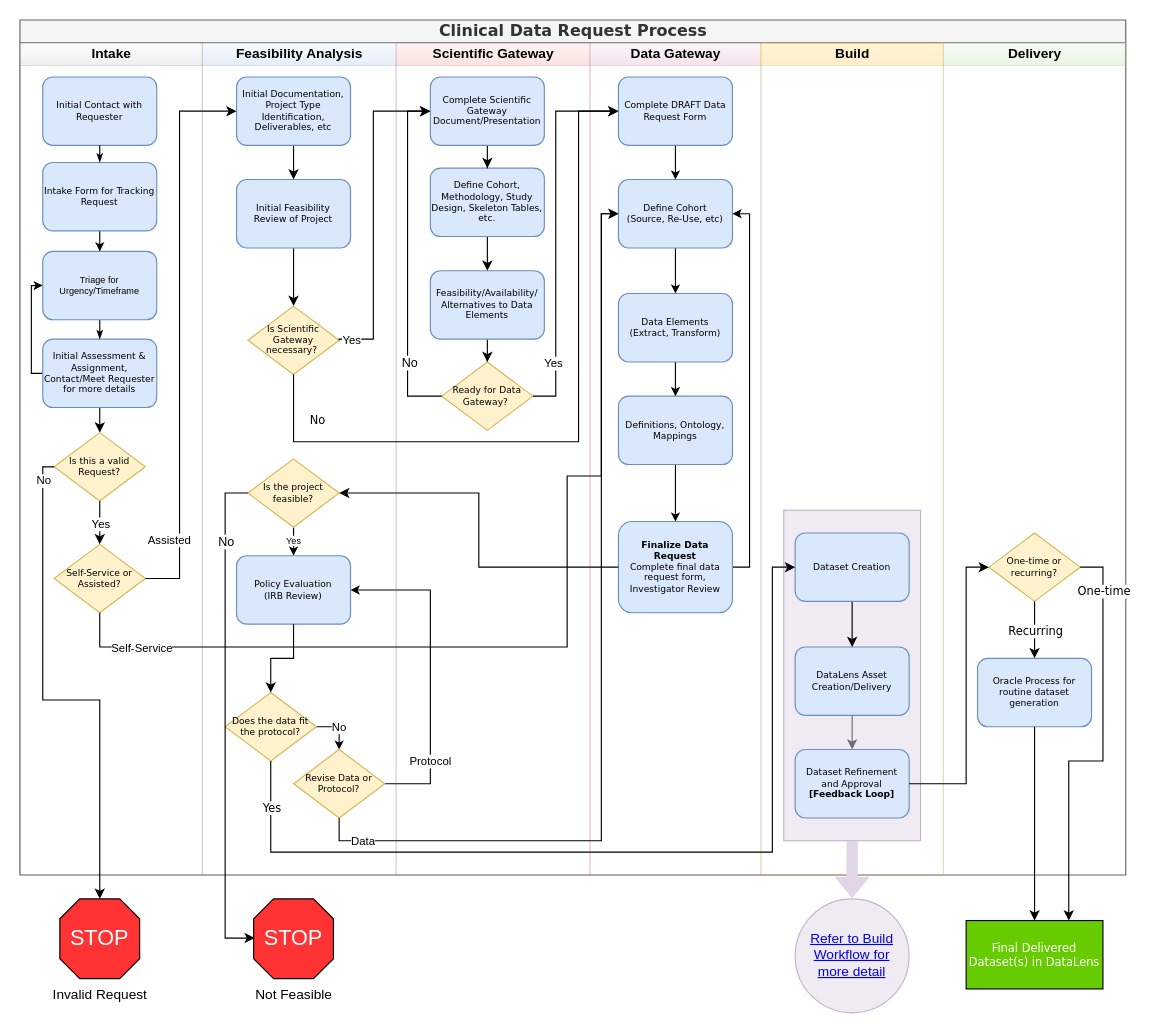
Earlier version of the draw.io diagram page "Overall Workflow" (1 of 7) of Clinical Data Request Review w Greer and Willig.drawio (ntimkovich/UAB-II-Diagrams). Source tidied: cells renumbered, new cells numbered last; positions are measured from the earlier drawing's top-left corner, leaving out a move shared by most shapes. Both pictures are drawn from the tidied source at 114%, with x=0, y=0 at pixel (19, 19).
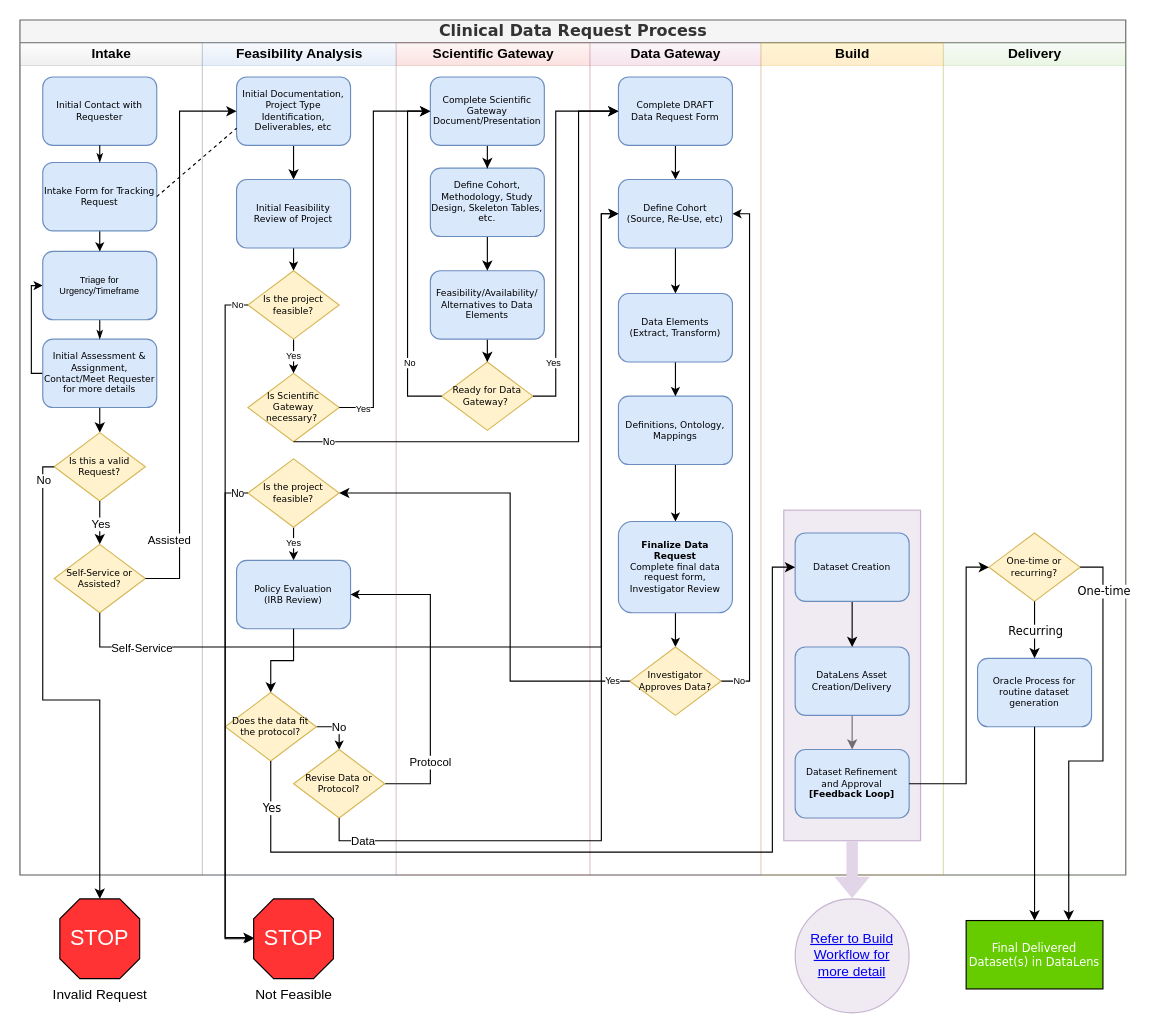
The same page after the edit.

Unchanged cells that the change refers to:
```xml
<mxCell id="2" value="Clinical Data Request Process" style="swimlane;html=1;startSize=20;rounded=0;shadow=0;labelBackgroundColor=none;strokeWidth=1;fontFamily=Verdana;fontSize=14;align=center;fillColor=#f5f5f5;fontColor=#333333;strokeColor=#666666;" parent="1" vertex="1">
  <mxGeometry width="970" height="750" as="geometry" />
</mxCell>
<mxCell id="6" value="Intake Form for Tracking Request" style="rounded=1;whiteSpace=wrap;html=1;shadow=0;labelBackgroundColor=none;strokeWidth=1;fontFamily=Verdana;fontSize=8;align=center;fillColor=#dae8fc;strokeColor=#6c8ebf;" parent="3" vertex="1">
  <mxGeometry x="20" y="105" width="100" height="60" as="geometry" />
</mxCell>
<mxCell id="13" value="Self-Service or Assisted?" style="rhombus;whiteSpace=wrap;html=1;rounded=0;shadow=0;labelBackgroundColor=none;strokeWidth=1;fontFamily=Verdana;fontSize=8;align=center;fillColor=#fff2cc;strokeColor=#d6b656;" parent="3" vertex="1">
  <mxGeometry x="30" y="440" width="80" height="60" as="geometry" />
</mxCell>
<mxCell id="17" value="Feasibility Analysis" style="swimlane;html=1;startSize=20;strokeColor=#6c8ebf;fillColor=#dae8fc;gradientColor=#7ea6e0;opacity=20;" parent="2" vertex="1">
  <mxGeometry x="160" y="20" width="170" height="730" as="geometry" />
</mxCell>
<mxCell id="19" value="Initial Documentation, Project Type Identification, Deliverables, etc" style="rounded=1;whiteSpace=wrap;html=1;shadow=0;labelBackgroundColor=none;strokeWidth=1;fontFamily=Verdana;fontSize=8;align=center;fillColor=#dae8fc;strokeColor=#6c8ebf;" parent="17" vertex="1">
  <mxGeometry x="30" y="30" width="100" height="60" as="geometry" />
</mxCell>
<mxCell id="21" value="Initial Feasibility &lt;br&gt;Review of Project" style="rounded=1;whiteSpace=wrap;html=1;shadow=0;labelBackgroundColor=none;strokeWidth=1;fontFamily=Verdana;fontSize=8;align=center;fillColor=#dae8fc;strokeColor=#6c8ebf;" parent="17" vertex="1">
  <mxGeometry x="30" y="120" width="100" height="60" as="geometry" />
</mxCell>
<mxCell id="24" value="Is the project feasible?" style="rhombus;whiteSpace=wrap;html=1;rounded=0;shadow=0;labelBackgroundColor=none;strokeWidth=1;fontFamily=Verdana;fontSize=8;align=center;fillColor=#fff2cc;strokeColor=#d6b656;" parent="17" vertex="1">
  <mxGeometry x="40" y="365" width="80" height="60" as="geometry" />
</mxCell>
<mxCell id="30" value="Revise Data or Protocol?" style="rhombus;whiteSpace=wrap;html=1;rounded=0;shadow=0;labelBackgroundColor=none;strokeWidth=1;fontFamily=Verdana;fontSize=8;align=center;fillColor=#fff2cc;strokeColor=#d6b656;" parent="17" vertex="1">
  <mxGeometry x="80" y="620" width="80" height="60" as="geometry" />
</mxCell>
<mxCell id="37" value="&lt;p style=&quot;margin-top: 0pt; margin-bottom: 0pt; margin-left: 0in; direction: ltr; unicode-bidi: embed; word-break: normal;&quot;&gt;Complete Scientific Gateway Document/Presentation&lt;/p&gt;" style="rounded=1;whiteSpace=wrap;html=1;shadow=0;labelBackgroundColor=none;strokeWidth=1;fontFamily=Verdana;fontSize=8;align=center;fillColor=#dae8fc;strokeColor=#6c8ebf;" parent="31" vertex="1">
  <mxGeometry x="30" y="30" width="100" height="60" as="geometry" />
</mxCell>
<mxCell id="39" style="edgeStyle=orthogonalEdgeStyle;rounded=0;jettySize=auto;html=1;entryX=0;entryY=0.5;entryDx=0;entryDy=0;exitX=0;exitY=0.5;exitDx=0;exitDy=0;" parent="31" edge="1" source="38" target="37">
  <mxGeometry relative="1" as="geometry" />
</mxCell>
<mxCell id="41" value="Data Gateway" style="swimlane;html=1;startSize=20;strokeColor=#996185;fillColor=#e6d0de;gradientColor=#d5739d;opacity=20;" parent="2" vertex="1">
  <mxGeometry x="500" y="20" width="150" height="730" as="geometry" />
</mxCell>
<mxCell id="45" value="&lt;b&gt;Finalize Data Request&lt;br&gt;&lt;/b&gt;Complete final data request form, Investigator Review" style="rounded=1;whiteSpace=wrap;html=1;shadow=0;labelBackgroundColor=none;strokeWidth=1;fontFamily=Verdana;fontSize=8;align=center;fillColor=#dae8fc;strokeColor=#6c8ebf;" parent="41" vertex="1">
  <mxGeometry x="25" y="420" width="100" height="80" as="geometry" />
</mxCell>
<mxCell id="51" value="Define Cohort&lt;br&gt;(Source, Re-Use, etc)" style="rounded=1;whiteSpace=wrap;html=1;shadow=0;labelBackgroundColor=none;strokeWidth=1;fontFamily=Verdana;fontSize=8;align=center;fillColor=#dae8fc;strokeColor=#6c8ebf;" parent="41" vertex="1">
  <mxGeometry x="25" y="120" width="100" height="60" as="geometry" />
</mxCell>
<mxCell id="73" style="edgeStyle=orthogonalEdgeStyle;rounded=0;jettySize=auto;html=1;entryX=0;entryY=0.5;entryDx=0;entryDy=0;" parent="2" edge="1" source="38" target="49">
  <mxGeometry relative="1" as="geometry">
    <Array as="points">
      <mxPoint x="470" y="330" />
      <mxPoint x="470" y="80" />
    </Array>
  </mxGeometry>
</mxCell>
<mxCell id="75" style="endArrow=classic;html=1;rounded=0;fontFamily=Verdana;fontSize=8;exitX=0.5;exitY=1;exitDx=0;exitDy=0;entryX=0;entryY=0.5;entryDx=0;entryDy=0;edgeStyle=orthogonalEdgeStyle;" parent="2" edge="1" source="22" target="49">
  <mxGeometry relative="1" as="geometry">
    <Array as="points">
      <mxPoint x="240" y="370" />
      <mxPoint x="490" y="370" />
      <mxPoint x="490" y="80" />
    </Array>
  </mxGeometry>
</mxCell>
<mxCell id="91" value="Not Feasible" style="verticalLabelPosition=bottom;verticalAlign=top;html=1;shape=mxgraph.basic.polygon;polyCoords=[[0.25,0],[0.75,0],[1,0.25],[1,0.75],[0.75,1],[0.25,1],[0,0.75],[0,0.25]];polyline=0;fillColor=#FF3333;" parent="90" vertex="1">
  <mxGeometry width="70" height="70" as="geometry" />
</mxCell>
```

Diff of the diagram source:
```diff
@@
-    <mxCell id="20" style="edgeStyle=orthogonalEdgeStyle;rounded=0;jettySize=auto;html=1;entryX=0.5;entryY=0;entryDx=0;entryDy=0;" parent="17" edge="1" source="21" target="22">
-      <mxGeometry relative="1" as="geometry" />
-    </mxCell>
+    <mxCell id="97" style="edgeStyle=none;rounded=0;jumpSize=5;jettySize=auto;html=1;fontSize=10;endArrow=classic;endFill=1;startSize=5;endSize=5;strokeWidth=1;" parent="17" edge="1" source="21" target="99">
+      <mxGeometry relative="1" as="geometry" />
+    </mxCell>
@@
     <mxCell id="22" value="Is Scientific Gateway necessary?&amp;nbsp;" style="rhombus;whiteSpace=wrap;html=1;rounded=0;shadow=0;labelBackgroundColor=none;strokeWidth=1;fontFamily=Verdana;fontSize=8;align=center;fillColor=#fff2cc;strokeColor=#d6b656;" parent="17" vertex="1">
-      <mxGeometry x="40" y="231" width="80" height="60" as="geometry" />
+      <mxGeometry x="40" y="290" width="80" height="60" as="geometry" />
     </mxCell>
@@
     <mxCell id="27" value="Policy Evaluation &lt;br&gt;(IRB Review)" style="rounded=1;whiteSpace=wrap;html=1;shadow=0;labelBackgroundColor=none;strokeWidth=1;fontFamily=Verdana;fontSize=8;align=center;fillColor=#dae8fc;strokeColor=#6c8ebf;" parent="17" vertex="1">
-      <mxGeometry x="30" y="450" width="100" height="60" as="geometry" />
+      <mxGeometry x="30" y="454" width="100" height="60" as="geometry" />
     </mxCell>
@@
     <mxCell id="29" value="Protocol" style="edgeStyle=orthogonalEdgeStyle;rounded=0;jumpSize=5;jettySize=auto;html=1;exitX=1;exitY=0.5;exitDx=0;exitDy=0;entryX=1;entryY=0.5;entryDx=0;entryDy=0;fontSize=10;startSize=5;endSize=5;strokeWidth=1;" parent="17" edge="1" source="30" target="27">
       <mxGeometry x="-0.57" relative="1" as="geometry">
         <Array as="points">
           <mxPoint x="200" y="650" />
-          <mxPoint x="200" y="480" />
+          <mxPoint x="200" y="484" />
         </Array>
       </mxGeometry>
     </mxCell>
@@
+    <mxCell id="98" value="Yes" style="edgeStyle=none;rounded=0;jumpSize=5;jettySize=auto;html=1;exitX=0.5;exitY=1;exitDx=0;exitDy=0;entryX=0.5;entryY=0;entryDx=0;entryDy=0;fontSize=8;endArrow=classic;endFill=1;startSize=5;endSize=5;strokeWidth=1;" parent="17" edge="1" source="99" target="22">
+      <mxGeometry relative="1" as="geometry" />
+    </mxCell>
+    <mxCell id="99" value="Is the project feasible?" style="rhombus;whiteSpace=wrap;html=1;rounded=0;shadow=0;labelBackgroundColor=none;strokeWidth=1;fontFamily=Verdana;fontSize=8;align=center;fillColor=#fff2cc;strokeColor=#d6b656;" parent="17" vertex="1">
+      <mxGeometry x="40" y="200" width="80" height="60" as="geometry" />
+    </mxCell>
@@
-    <mxCell id="40" value="No" style="edgeLabel;html=1;align=center;verticalAlign=middle;" parent="39" vertex="1">
+    <mxCell id="40" value="No" style="edgeLabel;html=1;align=center;verticalAlign=middle;fontSize=8;" parent="39" vertex="1">
       <mxGeometry x="-0.46" y="-1" relative="1" as="geometry">
         <mxPoint y="21" as="offset" />
       </mxGeometry>
     </mxCell>
@@
-    <mxCell id="44" style="edgeStyle=orthogonalEdgeStyle;rounded=0;jumpSize=5;jettySize=auto;html=1;exitX=1;exitY=0.5;exitDx=0;exitDy=0;entryX=1;entryY=0.5;entryDx=0;entryDy=0;fontSize=8;startSize=5;endSize=5;strokeWidth=1;" parent="41" edge="1" source="45" target="51">
-      <mxGeometry relative="1" as="geometry">
+    <mxCell id="44" value="No" style="edgeStyle=orthogonalEdgeStyle;rounded=0;jumpSize=5;jettySize=auto;html=1;exitX=1;exitY=0.5;exitDx=0;exitDy=0;entryX=1;entryY=0.5;entryDx=0;entryDy=0;fontSize=8;startSize=5;endSize=5;strokeWidth=1;" parent="41" edge="1" source="101" target="51">
+      <mxGeometry x="-0.93" relative="1" as="geometry">
         <Array as="points">
-          <mxPoint x="140" y="460" />
+          <mxPoint x="140" y="560" />
           <mxPoint x="140" y="150" />
         </Array>
       </mxGeometry>
     </mxCell>
+    <mxCell id="100" style="edgeStyle=orthogonalEdgeStyle;rounded=0;jumpSize=5;jettySize=auto;html=1;fontSize=10;startSize=5;endSize=5;strokeWidth=1;" parent="41" edge="1" source="45" target="101">
+      <mxGeometry relative="1" as="geometry" />
+    </mxCell>
@@
-    <mxCell id="49" value="Complete DRAFT Data &lt;br&gt;Request Form" style="rounded=1;whiteSpace=wrap;html=1;shadow=0;labelBackgroundColor=none;strokeWidth=1;fontFamily=Verdana;fontSize=8;align=center;fillColor=#dae8fc;strokeColor=#6c8ebf;" parent="41" vertex="1">
+    <mxCell id="49" value="Complete DRAFT &lt;br&gt;Data Request Form" style="rounded=1;whiteSpace=wrap;html=1;shadow=0;labelBackgroundColor=none;strokeWidth=1;fontFamily=Verdana;fontSize=8;align=center;fillColor=#dae8fc;strokeColor=#6c8ebf;" parent="41" vertex="1">
       <mxGeometry x="25" y="30" width="100" height="60" as="geometry" />
     </mxCell>
@@
+    <mxCell id="101" value="Investigator Approves Data?" style="rhombus;whiteSpace=wrap;html=1;rounded=0;shadow=0;labelBackgroundColor=none;strokeWidth=1;fontFamily=Verdana;fontSize=8;align=center;fillColor=#fff2cc;strokeColor=#d6b656;" parent="41" vertex="1">
+      <mxGeometry x="35" y="530" width="80" height="60" as="geometry" />
+    </mxCell>
@@
     <mxCell id="64" style="endArrow=classic;html=1;rounded=0;exitX=1;exitY=0.5;exitDx=0;exitDy=0;entryX=0;entryY=0.5;entryDx=0;entryDy=0;edgeStyle=orthogonalEdgeStyle;" parent="2" edge="1" source="22" target="37">
       <mxGeometry relative="1" as="geometry">
         <Array as="points">
-          <mxPoint x="280" y="280" />
-          <mxPoint x="310" y="280" />
+          <mxPoint x="310" y="340" />
           <mxPoint x="310" y="80" />
         </Array>
       </mxGeometry>
     </mxCell>
-    <mxCell id="65" value="Yes" style="edgeLabel;html=1;align=center;verticalAlign=middle;fontSize=10;" parent="64" vertex="1">
+    <mxCell id="65" value="Yes" style="edgeLabel;html=1;align=center;verticalAlign=middle;fontSize=8;" parent="64" vertex="1">
       <mxGeometry relative="1" as="geometry">
-        <mxPoint x="-20" y="110" as="offset" />
+        <mxPoint x="-10" y="140" as="offset" />
       </mxGeometry>
     </mxCell>
@@
     <mxCell id="71" style="endArrow=classic;html=1;rounded=0;exitX=0.5;exitY=1;exitDx=0;exitDy=0;entryX=0;entryY=0.5;entryDx=0;entryDy=0;edgeStyle=orthogonalEdgeStyle;" parent="2" edge="1" source="13" target="51">
       <mxGeometry relative="1" as="geometry">
         <Array as="points">
           <mxPoint x="70" y="550" />
-          <mxPoint x="480" y="550" />
-          <mxPoint x="480" y="400" />
-          <mxPoint x="510" y="400" />
+          <mxPoint x="510" y="550" />
           <mxPoint x="510" y="170" />
         </Array>
       </mxGeometry>
     </mxCell>
@@
-    <mxCell id="74" value="Yes" style="edgeLabel;html=1;align=center;verticalAlign=middle;fontSize=10;" parent="73" vertex="1">
+    <mxCell id="74" value="Yes" style="edgeLabel;html=1;align=center;verticalAlign=middle;fontSize=8;" parent="73" vertex="1">
       <mxGeometry x="-0.02" y="2" relative="1" as="geometry">
         <mxPoint x="-1" y="109" as="offset" />
       </mxGeometry>
     </mxCell>
@@
-    <mxCell id="76" value="No" style="edgeLabel;html=1;align=center;verticalAlign=middle;fontFamily=Verdana;fontSize=10;" parent="75" vertex="1">
+    <mxCell id="76" value="No" style="edgeLabel;html=1;align=center;verticalAlign=middle;fontFamily=Verdana;fontSize=8;" parent="75" vertex="1">
       <mxGeometry relative="1" as="geometry">
-        <mxPoint x="-230" y="-12" as="offset" />
+        <mxPoint x="-220" y="37" as="offset" />
       </mxGeometry>
     </mxCell>
-    <mxCell id="77" style="endArrow=classic;html=1;rounded=0;fontFamily=Verdana;fontSize=8;exitX=0;exitY=0.5;exitDx=0;exitDy=0;edgeStyle=orthogonalEdgeStyle;" parent="2" edge="1" source="45" target="24">
-      <mxGeometry relative="1" as="geometry" />
+    <mxCell id="77" value="Yes" style="endArrow=classic;html=1;rounded=0;fontFamily=Verdana;fontSize=8;exitX=0;exitY=0.5;exitDx=0;exitDy=0;edgeStyle=orthogonalEdgeStyle;" parent="2" edge="1" source="101" target="24">
+      <mxGeometry x="-0.93" relative="1" as="geometry">
+        <Array as="points">
+          <mxPoint x="430" y="580" />
+          <mxPoint x="430" y="415" />
+        </Array>
+      </mxGeometry>
     </mxCell>
@@
+    <mxCell id="102" style="rounded=0;jumpSize=5;jettySize=auto;html=1;exitX=1;exitY=0.5;exitDx=0;exitDy=0;entryX=0;entryY=0.75;entryDx=0;entryDy=0;fontSize=10;startSize=5;endSize=5;strokeWidth=1;dashed=1;endArrow=none;endFill=0;" parent="2" edge="1" source="6" target="19">
+      <mxGeometry relative="1" as="geometry" />
+    </mxCell>
@@
-    <mxCell id="85" style="endArrow=classic;html=1;rounded=0;exitX=0;exitY=0.5;exitDx=0;exitDy=0;edgeStyle=orthogonalEdgeStyle;entryX=0.014;entryY=0.491;entryDx=0;entryDy=0;entryPerimeter=0;" parent="1" edge="1" source="24" target="91">
+    <mxCell id="85" style="endArrow=classic;html=1;rounded=0;exitX=0;exitY=0.5;exitDx=0;exitDy=0;edgeStyle=orthogonalEdgeStyle;" parent="1" edge="1" source="24" target="91">
       <mxGeometry relative="1" as="geometry">
         <Array as="points">
           <mxPoint x="180" y="415" />
           <mxPoint x="180" y="805" />
         </Array>
       </mxGeometry>
     </mxCell>
-    <mxCell id="86" value="No" style="edgeLabel;html=1;align=center;verticalAlign=middle;" parent="85" vertex="1">
+    <mxCell id="86" value="No" style="edgeLabel;html=1;align=center;verticalAlign=middle;fontSize=9;" parent="85" vertex="1">
       <mxGeometry relative="1" as="geometry">
-        <mxPoint y="-156" as="offset" />
+        <mxPoint x="10" y="-198" as="offset" />
       </mxGeometry>
     </mxCell>
@@
+    <mxCell id="103" value="No" style="edgeStyle=orthogonalEdgeStyle;rounded=0;jumpSize=5;jettySize=auto;html=1;exitX=0;exitY=0.5;exitDx=0;exitDy=0;fontSize=8;endArrow=classic;endFill=1;startSize=5;endSize=5;strokeWidth=1;" parent="1" edge="1" source="99" target="91">
+      <mxGeometry x="-0.97" relative="1" as="geometry">
+        <Array as="points">
+          <mxPoint x="180" y="250" />
+          <mxPoint x="180" y="806" />
+        </Array>
+      </mxGeometry>
+    </mxCell>
```
